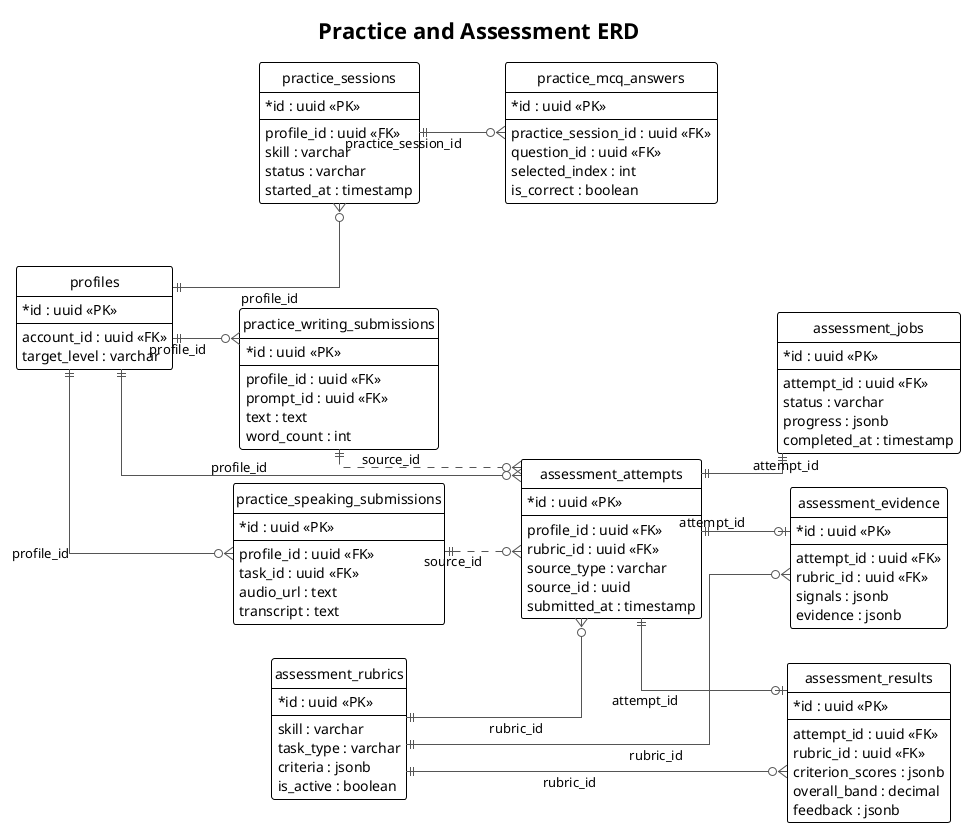
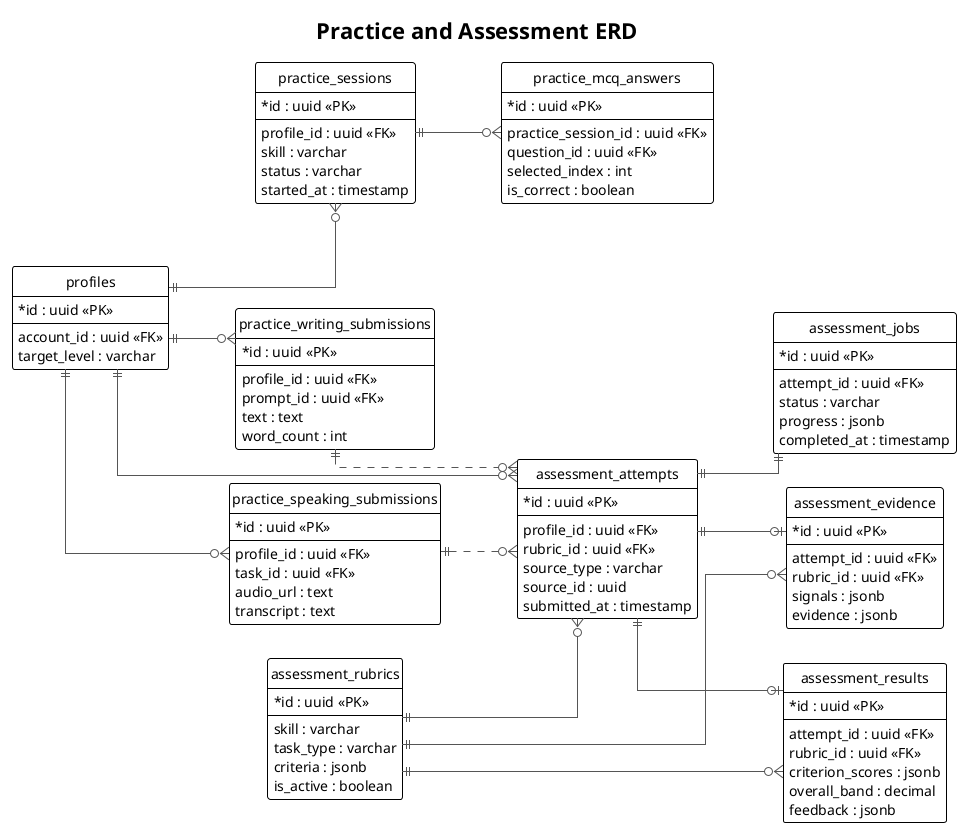
@startuml
!theme plain
left to right direction
hide circle
skinparam shadowing false
skinparam defaultFontName Arial
skinparam linetype ortho
skinparam classAttributeIconSize 0
skinparam ArrowColor #555555

title Practice and Assessment ERD

entity "profiles" as profiles {
  * id : uuid <<PK>>
  --
  account_id : uuid <<FK>>
  target_level : varchar
}

entity "practice_sessions" as practice_sessions {
  * id : uuid <<PK>>
  --
  profile_id : uuid <<FK>>
  skill : varchar
  status : varchar
  started_at : timestamp
}

entity "practice_mcq_answers" as practice_mcq_answers {
  * id : uuid <<PK>>
  --
  practice_session_id : uuid <<FK>>
  question_id : uuid <<FK>>
  selected_index : int
  is_correct : boolean
}

entity "practice_writing_submissions" as practice_writing {
  * id : uuid <<PK>>
  --
  profile_id : uuid <<FK>>
  prompt_id : uuid <<FK>>
  text : text
  word_count : int
}

entity "practice_speaking_submissions" as practice_speaking {
  * id : uuid <<PK>>
  --
  profile_id : uuid <<FK>>
  task_id : uuid <<FK>>
  audio_url : text
  transcript : text
}

entity "assessment_rubrics" as rubrics {
  * id : uuid <<PK>>
  --
  skill : varchar
  task_type : varchar
  criteria : jsonb
  is_active : boolean
}

entity "assessment_attempts" as attempts {
  * id : uuid <<PK>>
  --
  profile_id : uuid <<FK>>
  rubric_id : uuid <<FK>>
  source_type : varchar
  source_id : uuid
  submitted_at : timestamp
}

entity "assessment_jobs" as jobs {
  * id : uuid <<PK>>
  --
  attempt_id : uuid <<FK>>
  status : varchar
  progress : jsonb
  completed_at : timestamp
}

entity "assessment_evidence" as evidence {
  * id : uuid <<PK>>
  --
  attempt_id : uuid <<FK>>
  rubric_id : uuid <<FK>>
  signals : jsonb
  evidence : jsonb
}

entity "assessment_results" as results {
  * id : uuid <<PK>>
  --
  attempt_id : uuid <<FK>>
  rubric_id : uuid <<FK>>
  criterion_scores : jsonb
  overall_band : decimal
  feedback : jsonb
}

- profiles ||--o{ practice_sessions : profile_id
- practice_sessions ||--o{ practice_mcq_answers : practice_session_id
- profiles ||--o{ practice_writing : profile_id
- profiles ||--o{ practice_speaking : profile_id
+ profiles ||--o{ practice_sessions
+ practice_sessions ||--o{ practice_mcq_answers
+ profiles ||--o{ practice_writing
+ profiles ||--o{ practice_speaking

- profiles ||--o{ attempts : profile_id
- rubrics ||--o{ attempts : rubric_id
- attempts ||--|| jobs : attempt_id
- attempts ||--o| evidence : attempt_id
- rubrics ||--o{ evidence : rubric_id
- attempts ||--o| results : attempt_id
- rubrics ||--o{ results : rubric_id
+ profiles ||--o{ attempts
+ rubrics ||--o{ attempts
+ attempts ||--|| jobs
+ attempts ||--o| evidence
+ rubrics ||--o{ evidence
+ attempts ||--o| results
+ rubrics ||--o{ results

- practice_writing ||..o{ attempts : source_id
- practice_speaking ||..o{ attempts : source_id
+ practice_writing ||..o{ attempts
+ practice_speaking ||..o{ attempts

@enduml
